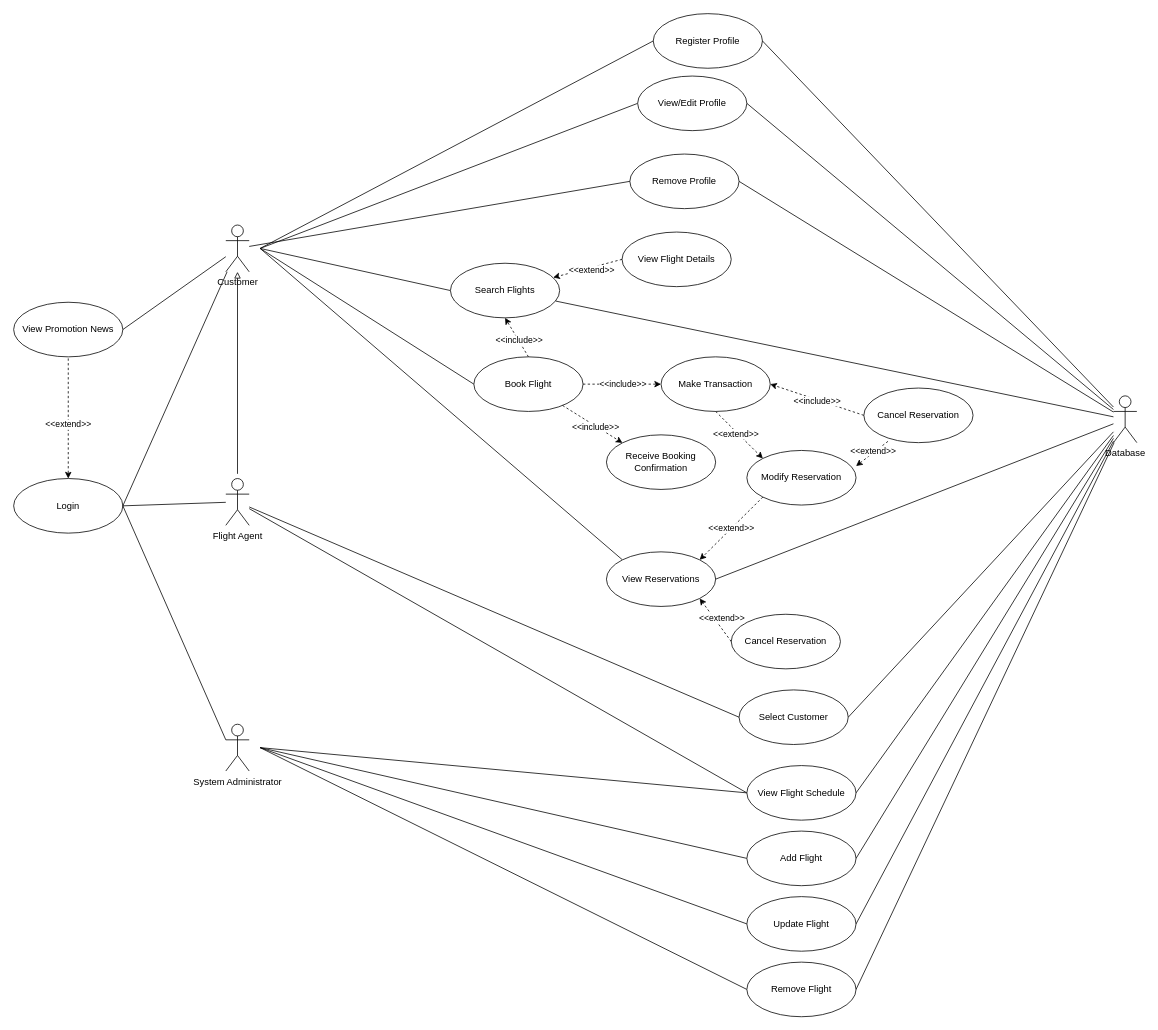
Above: diagrams/UseCaseDiagramV2.drawio in EricTHallett/ENSF-480-Term-Project (draw.io), before the change. Source tidied: cells renumbered, new cells numbered last; positions are measured from the earlier drawing's top-left corner, leaving out a move shared by most shapes. Both pictures are drawn from the tidied source at 78%, with x=0, y=0 at pixel (13, 13).
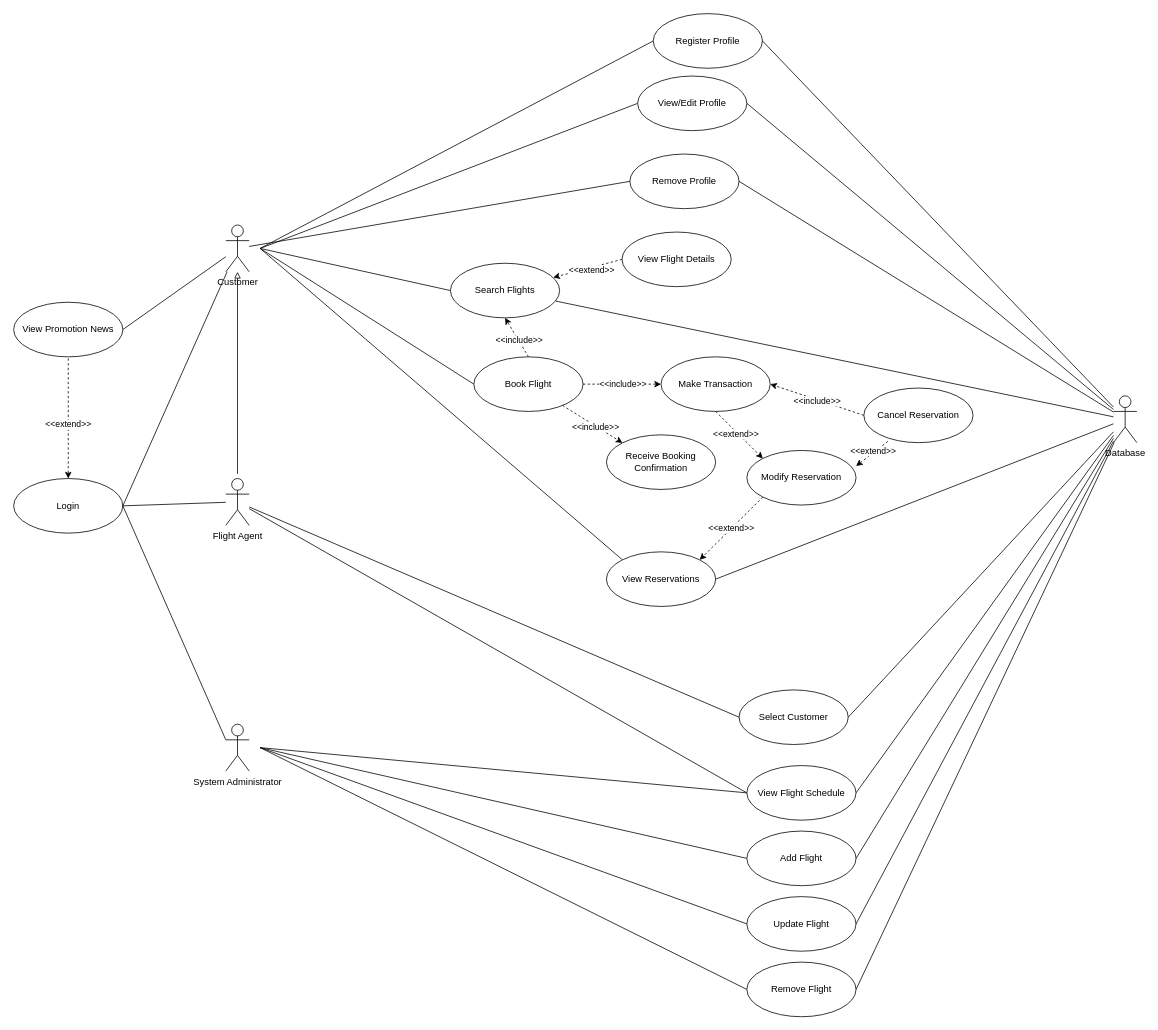
After the change.

Commit message:
Remove duplicate use case

The change refers to these unchanged cells:
```xml
<mxCell id="26" value="View Reservations" style="ellipse;whiteSpace=wrap;html=1;" parent="1" vertex="1">
  <mxGeometry x="760" y="690" width="140" height="70" as="geometry" />
</mxCell>
```

The edit, as a diff of the source:
```diff
@@
-    <mxCell id="50" value="Cancel Reservation" style="ellipse;whiteSpace=wrap;html=1;" parent="1" vertex="1">
-      <mxGeometry x="920" y="770" width="140" height="70" as="geometry" />
-    </mxCell>
-    <mxCell id="51" style="edgeStyle=none;shape=connector;rounded=0;jettySize=auto;html=1;exitX=0;exitY=0.5;exitDx=0;exitDy=0;entryX=1;entryY=1;entryDx=0;entryDy=0;strokeColor=default;align=center;verticalAlign=middle;fontFamily=Helvetica;fontSize=11;fontColor=default;labelBackgroundColor=default;endArrow=classic;endFill=1;dashed=1;" parent="1" edge="1" source="50" target="26">
-      <mxGeometry relative="1" as="geometry" />
-    </mxCell>
-    <mxCell id="52" value="&amp;lt;&amp;lt;extend&amp;gt;&amp;gt;" style="edgeLabel;html=1;align=center;verticalAlign=middle;fontFamily=Helvetica;fontSize=11;fontColor=default;labelBackgroundColor=default;" parent="51" vertex="1">
-      <mxGeometry x="0.1" y="-2" relative="1" as="geometry">
-        <mxPoint x="8" y="1" as="offset" />
-      </mxGeometry>
-    </mxCell>
```
